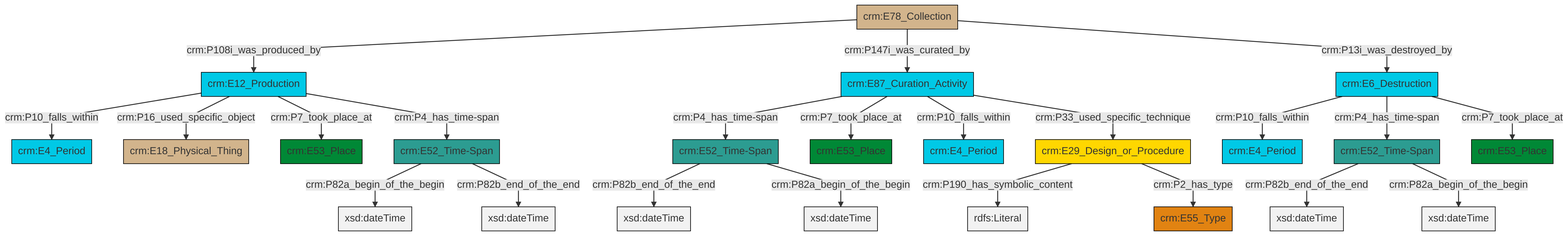
This is et/archivalCSV/ttl/mmd/png/archival_existence.png from swiss-art-research-net/docs.swissartresearch, a Mermaid export, as it was before one commit. Its source is kept beside it as et/archivalCSV/ttl/mmd/archival_existence.ttl.mmd.
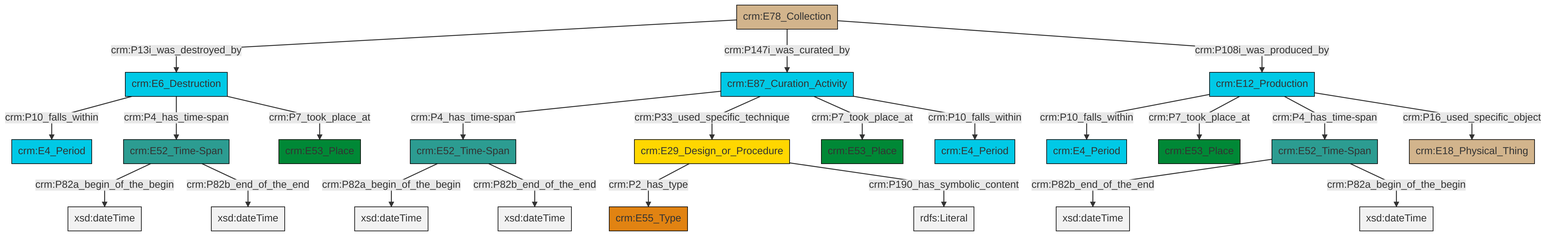
Later version of the same file.

The edit, as a diff of the source:
```diff
@@ -13,25 +13,25 @@
 classDef PC_Classes fill:#4ce600, stroke:#000000;
 classDef Multi fill:#cccccc,stroke:#000000;
 
-0["crm:E12_Production"]:::Temporal_Entity -->|crm:P10_falls_within| 2["crm:E4_Period"]:::Temporal_Entity
-3["crm:E52_Time-Span"]:::Time-Span -->|crm:P82b_end_of_the_end| 4[xsd:dateTime]:::Literal
-5["crm:E78_Collection"]:::Physical_Thing -->|crm:P108i_was_produced_by| 0["crm:E12_Production"]:::Temporal_Entity
-8["crm:E29_Design_or_Procedure"]:::Conceptual_Object -->|crm:P190_has_symbolic_content| 9[rdfs:Literal]:::Literal
-0["crm:E12_Production"]:::Temporal_Entity -->|crm:P16_used_specific_object| 10["crm:E18_Physical_Thing"]:::Physical_Thing
-11["crm:E87_Curation_Activity"]:::Temporal_Entity -->|crm:P4_has_time-span| 12["crm:E52_Time-Span"]:::Time-Span
-13["crm:E52_Time-Span"]:::Time-Span -->|crm:P82a_begin_of_the_begin| 14[xsd:dateTime]:::Literal
-15["crm:E6_Destruction"]:::Temporal_Entity -->|crm:P10_falls_within| 16["crm:E4_Period"]:::Temporal_Entity
-12["crm:E52_Time-Span"]:::Time-Span -->|crm:P82b_end_of_the_end| 17[xsd:dateTime]:::Literal
-11["crm:E87_Curation_Activity"]:::Temporal_Entity -->|crm:P7_took_place_at| 20["crm:E53_Place"]:::Place
-8["crm:E29_Design_or_Procedure"]:::Conceptual_Object -->|crm:P2_has_type| 18["crm:E55_Type"]:::Type
-12["crm:E52_Time-Span"]:::Time-Span -->|crm:P82a_begin_of_the_begin| 29[xsd:dateTime]:::Literal
-15["crm:E6_Destruction"]:::Temporal_Entity -->|crm:P4_has_time-span| 3["crm:E52_Time-Span"]:::Time-Span
-11["crm:E87_Curation_Activity"]:::Temporal_Entity -->|crm:P10_falls_within| 6["crm:E4_Period"]:::Temporal_Entity
-5["crm:E78_Collection"]:::Physical_Thing -->|crm:P147i_was_curated_by| 11["crm:E87_Curation_Activity"]:::Temporal_Entity
-11["crm:E87_Curation_Activity"]:::Temporal_Entity -->|crm:P33_used_specific_technique| 8["crm:E29_Design_or_Procedure"]:::Conceptual_Object
-0["crm:E12_Production"]:::Temporal_Entity -->|crm:P7_took_place_at| 22["crm:E53_Place"]:::Place
-3["crm:E52_Time-Span"]:::Time-Span -->|crm:P82a_begin_of_the_begin| 34[xsd:dateTime]:::Literal
-13["crm:E52_Time-Span"]:::Time-Span -->|crm:P82b_end_of_the_end| 36[xsd:dateTime]:::Literal
-0["crm:E12_Production"]:::Temporal_Entity -->|crm:P4_has_time-span| 13["crm:E52_Time-Span"]:::Time-Span
-5["crm:E78_Collection"]:::Physical_Thing -->|crm:P13i_was_destroyed_by| 15["crm:E6_Destruction"]:::Temporal_Entity
-15["crm:E6_Destruction"]:::Temporal_Entity -->|crm:P7_took_place_at| 26["crm:E53_Place"]:::Place
+0["crm:E29_Design_or_Procedure"]:::Conceptual_Object -->|crm:P2_has_type| 1["crm:E55_Type"]:::Type
+2["crm:E87_Curation_Activity"]:::Temporal_Entity -->|crm:P4_has_time-span| 3["crm:E52_Time-Span"]:::Time-Span
+4["crm:E6_Destruction"]:::Temporal_Entity -->|crm:P10_falls_within| 5["crm:E4_Period"]:::Temporal_Entity
+12["crm:E52_Time-Span"]:::Time-Span -->|crm:P82a_begin_of_the_begin| 13[xsd:dateTime]:::Literal
+3["crm:E52_Time-Span"]:::Time-Span -->|crm:P82a_begin_of_the_begin| 15[xsd:dateTime]:::Literal
+16["crm:E12_Production"]:::Temporal_Entity -->|crm:P10_falls_within| 17["crm:E4_Period"]:::Temporal_Entity
+12["crm:E52_Time-Span"]:::Time-Span -->|crm:P82b_end_of_the_end| 18[xsd:dateTime]:::Literal
+16["crm:E12_Production"]:::Temporal_Entity -->|crm:P7_took_place_at| 19["crm:E53_Place"]:::Place
+2["crm:E87_Curation_Activity"]:::Temporal_Entity -->|crm:P33_used_specific_technique| 0["crm:E29_Design_or_Procedure"]:::Conceptual_Object
+16["crm:E12_Production"]:::Temporal_Entity -->|crm:P4_has_time-span| 22["crm:E52_Time-Span"]:::Time-Span
+4["crm:E6_Destruction"]:::Temporal_Entity -->|crm:P4_has_time-span| 12["crm:E52_Time-Span"]:::Time-Span
+4["crm:E6_Destruction"]:::Temporal_Entity -->|crm:P7_took_place_at| 23["crm:E53_Place"]:::Place
+16["crm:E12_Production"]:::Temporal_Entity -->|crm:P16_used_specific_object| 8["crm:E18_Physical_Thing"]:::Physical_Thing
+0["crm:E29_Design_or_Procedure"]:::Conceptual_Object -->|crm:P190_has_symbolic_content| 24[rdfs:Literal]:::Literal
+22["crm:E52_Time-Span"]:::Time-Span -->|crm:P82b_end_of_the_end| 25[xsd:dateTime]:::Literal
+22["crm:E52_Time-Span"]:::Time-Span -->|crm:P82a_begin_of_the_begin| 26[xsd:dateTime]:::Literal
+10["crm:E78_Collection"]:::Physical_Thing -->|crm:P13i_was_destroyed_by| 4["crm:E6_Destruction"]:::Temporal_Entity
+10["crm:E78_Collection"]:::Physical_Thing -->|crm:P147i_was_curated_by| 2["crm:E87_Curation_Activity"]:::Temporal_Entity
+2["crm:E87_Curation_Activity"]:::Temporal_Entity -->|crm:P7_took_place_at| 30["crm:E53_Place"]:::Place
+3["crm:E52_Time-Span"]:::Time-Span -->|crm:P82b_end_of_the_end| 32[xsd:dateTime]:::Literal
+2["crm:E87_Curation_Activity"]:::Temporal_Entity -->|crm:P10_falls_within| 6["crm:E4_Period"]:::Temporal_Entity
+10["crm:E78_Collection"]:::Physical_Thing -->|crm:P108i_was_produced_by| 16["crm:E12_Production"]:::Temporal_Entity
```
